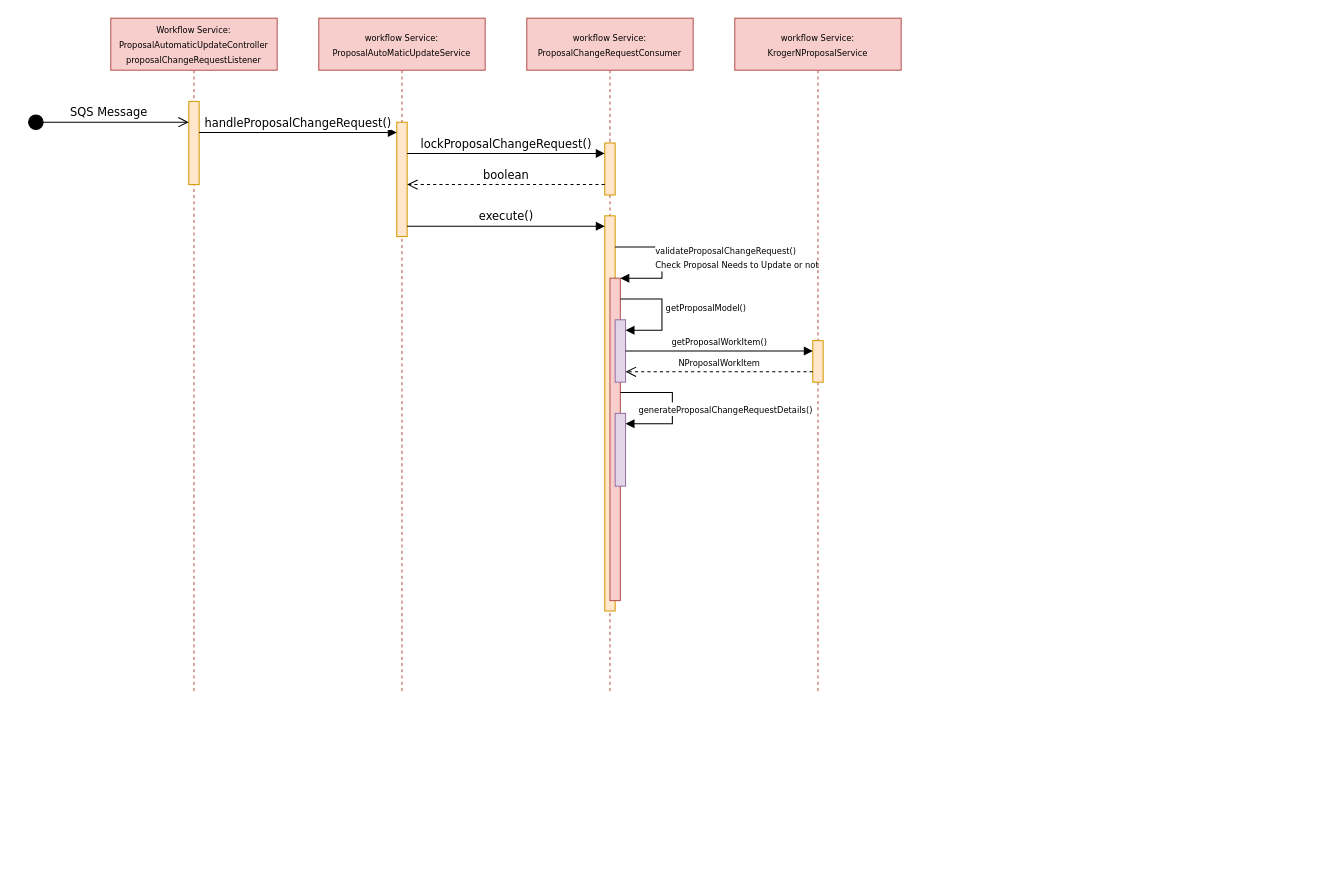
Above: Proposal Change Business Flow Diagram.drawio in dajin-kingland/UMLdiagrams (draw.io), before the change. Source tidied: cells renumbered, new cells numbered last; positions are measured from the earlier drawing's top-left corner, leaving out a move shared by most shapes. Both pictures are drawn from the tidied source at 104%, with x=0, y=0 at pixel (27, 18).
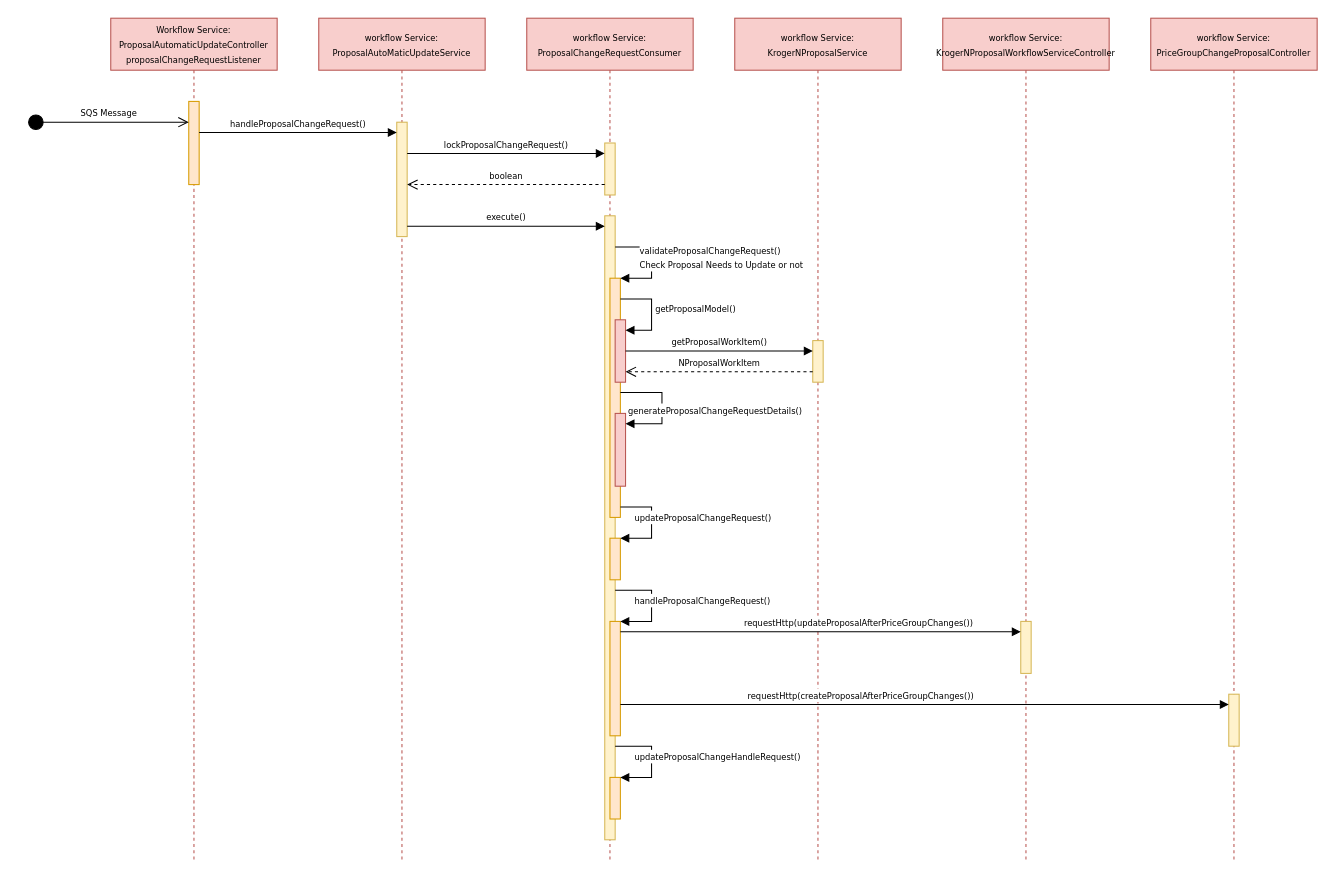
The same diagram, later.

The change refers to these unchanged cells:
```xml
<mxCell id="3" style="html=1;points=[];perimeter=orthogonalPerimeter;shadow=0;sketch=0;fontFamily=Verdana;strokeColor=#d79b00;strokeWidth=1;fillColor=#ffe6cc;" parent="2" vertex="1">
  <mxGeometry x="75" y="80" width="10" height="80" as="geometry" />
</mxCell>
```

The edit, as a diff of the source:
```diff
@@
     <mxCell id="2" value="&lt;font style=&quot;font-size: 8px&quot;&gt;Workflow Service: ProposalAutomaticUpdateController&lt;br&gt;proposalChangeRequestListener&lt;br&gt;&lt;/font&gt;" style="shape=umlLifeline;perimeter=lifelinePerimeter;whiteSpace=wrap;html=1;shadow=0;sketch=0;fontFamily=Verdana;strokeColor=#b85450;strokeWidth=1;fillColor=#f8cecc;size=50;" parent="1" vertex="1">
-      <mxGeometry x="80" width="160" height="650" as="geometry" />
+      <mxGeometry x="80" width="160" height="810" as="geometry" />
     </mxCell>
@@
     <mxCell id="4" value="&lt;font style=&quot;font-size: 8px&quot;&gt;workflow Service:&lt;br&gt;ProposalAutoMaticUpdateService&lt;/font&gt;" style="shape=umlLifeline;perimeter=lifelinePerimeter;whiteSpace=wrap;html=1;shadow=0;sketch=0;fontFamily=Verdana;strokeColor=#b85450;strokeWidth=1;fillColor=#f8cecc;size=50;" parent="1" vertex="1">
-      <mxGeometry x="280" width="160" height="650" as="geometry" />
+      <mxGeometry x="280" width="160" height="810" as="geometry" />
     </mxCell>
-    <mxCell id="5" style="html=1;points=[];perimeter=orthogonalPerimeter;shadow=0;sketch=0;fontFamily=Verdana;strokeColor=#d79b00;strokeWidth=1;fillColor=#ffe6cc;" parent="4" vertex="1">
+    <mxCell id="5" style="html=1;points=[];perimeter=orthogonalPerimeter;shadow=0;sketch=0;fontFamily=Verdana;strokeColor=#d6b656;strokeWidth=1;fillColor=#fff2cc;" parent="4" vertex="1">
       <mxGeometry x="75" y="100" width="10" height="110" as="geometry" />
     </mxCell>
     <mxCell id="6" value="&lt;font style=&quot;font-size: 8px&quot;&gt;workflow Service:&lt;br&gt;ProposalChangeRequestConsumer&lt;/font&gt;" style="shape=umlLifeline;perimeter=lifelinePerimeter;whiteSpace=wrap;html=1;shadow=0;sketch=0;fontFamily=Verdana;strokeColor=#b85450;strokeWidth=1;fillColor=#f8cecc;size=50;" parent="1" vertex="1">
-      <mxGeometry x="480" width="160" height="650" as="geometry" />
+      <mxGeometry x="480" width="160" height="810" as="geometry" />
     </mxCell>
-    <mxCell id="7" style="html=1;points=[];perimeter=orthogonalPerimeter;shadow=0;sketch=0;fontFamily=Verdana;strokeColor=#d79b00;strokeWidth=1;fillColor=#ffe6cc;" parent="6" vertex="1">
+    <mxCell id="7" style="html=1;points=[];perimeter=orthogonalPerimeter;shadow=0;sketch=0;fontFamily=Verdana;strokeColor=#d6b656;strokeWidth=1;fillColor=#fff2cc;" parent="6" vertex="1">
       <mxGeometry x="75" y="120" width="10" height="50" as="geometry" />
     </mxCell>
-    <mxCell id="8" style="html=1;points=[];perimeter=orthogonalPerimeter;shadow=0;sketch=0;fontFamily=Verdana;strokeColor=#d79b00;strokeWidth=1;fillColor=#ffe6cc;" parent="6" vertex="1">
-      <mxGeometry x="75" y="190" width="10" height="380" as="geometry" />
+    <mxCell id="8" style="html=1;points=[];perimeter=orthogonalPerimeter;shadow=0;sketch=0;fontFamily=Verdana;strokeColor=#d6b656;strokeWidth=1;fillColor=#fff2cc;" parent="6" vertex="1">
+      <mxGeometry x="75" y="190" width="10" height="600" as="geometry" />
     </mxCell>
-    <mxCell id="9" style="html=1;points=[];perimeter=orthogonalPerimeter;shadow=0;sketch=0;fontFamily=Verdana;strokeColor=#b85450;strokeWidth=1;fillColor=#f8cecc;" parent="6" vertex="1">
-      <mxGeometry x="80" y="250" width="10" height="310" as="geometry" />
+    <mxCell id="9" style="html=1;points=[];perimeter=orthogonalPerimeter;shadow=0;sketch=0;fontFamily=Verdana;strokeColor=#d79b00;strokeWidth=1;fillColor=#ffe6cc;" parent="6" vertex="1">
+      <mxGeometry x="80" y="250" width="10" height="230" as="geometry" />
     </mxCell>
-    <mxCell id="10" value="&lt;font style=&quot;font-size: 8px&quot;&gt;validateProposalChangeRequest()&lt;br&gt;Check Proposal Needs to Update or not&lt;/font&gt;" style="edgeStyle=orthogonalEdgeStyle;html=1;align=left;spacingLeft=2;endArrow=block;rounded=0;entryX=1;entryY=0;fontFamily=Verdana;" parent="6" edge="1" source="8" target="9">
-      <mxGeometry x="-0.04" y="-10" relative="1" as="geometry">
+    <mxCell id="10" value="&lt;font style=&quot;font-size: 8px&quot;&gt;validateProposalChangeRequest()&lt;br&gt;Check Proposal Needs to Update or not&lt;/font&gt;" style="edgeStyle=orthogonalEdgeStyle;html=1;align=left;spacingLeft=2;endArrow=block;rounded=0;entryX=1;entryY=0;fontFamily=Verdana;" parent="6" edge="1">
+      <mxGeometry x="-0.57" y="-10" relative="1" as="geometry">
+        <mxPoint x="85" y="220" as="sourcePoint" />
+        <mxPoint x="90" y="250" as="targetPoint" />
         <Array as="points">
-          <mxPoint x="130" y="220" />
-          <mxPoint x="130" y="250" />
+          <mxPoint x="120" y="220" />
+          <mxPoint x="120" y="250" />
         </Array>
       </mxGeometry>
     </mxCell>
-    <mxCell id="11" style="html=1;points=[];perimeter=orthogonalPerimeter;shadow=0;sketch=0;fontFamily=Verdana;strokeColor=#9673a6;strokeWidth=1;fillColor=#e1d5e7;" parent="6" vertex="1">
+    <mxCell id="11" style="html=1;points=[];perimeter=orthogonalPerimeter;shadow=0;sketch=0;fontFamily=Verdana;strokeColor=#b85450;strokeWidth=1;fillColor=#f8cecc;" parent="6" vertex="1">
       <mxGeometry x="85" y="290" width="10" height="60" as="geometry" />
     </mxCell>
     <mxCell id="12" value="&lt;span style=&quot;font-size: 8px&quot;&gt;getProposalModel()&lt;/span&gt;" style="edgeStyle=orthogonalEdgeStyle;html=1;align=left;spacingLeft=2;endArrow=block;rounded=0;fontFamily=Verdana;" parent="6" edge="1" source="9" target="11">
       <mxGeometry x="-0.09" relative="1" as="geometry">
         <Array as="points">
-          <mxPoint x="130" y="270" />
-          <mxPoint x="130" y="300" />
+          <mxPoint x="120" y="270" />
+          <mxPoint x="120" y="300" />
         </Array>
       </mxGeometry>
     </mxCell>
-    <mxCell id="13" style="html=1;points=[];perimeter=orthogonalPerimeter;shadow=0;sketch=0;fontFamily=Verdana;strokeColor=#9673a6;strokeWidth=1;fillColor=#e1d5e7;" parent="6" vertex="1">
+    <mxCell id="13" style="html=1;points=[];perimeter=orthogonalPerimeter;shadow=0;sketch=0;fontFamily=Verdana;strokeColor=#b85450;strokeWidth=1;fillColor=#f8cecc;" parent="6" vertex="1">
       <mxGeometry x="85" y="380" width="10" height="70" as="geometry" />
     </mxCell>
     <mxCell id="14" style="edgeStyle=orthogonalEdgeStyle;html=1;align=left;spacingLeft=2;endArrow=block;rounded=0;fontFamily=Verdana;" parent="6" edge="1" source="9" target="13">
       <mxGeometry x="-0.09" relative="1" as="geometry">
         <Array as="points">
-          <mxPoint x="140" y="360" />
-          <mxPoint x="140" y="390" />
+          <mxPoint x="130" y="360" />
+          <mxPoint x="130" y="390" />
         </Array>
       </mxGeometry>
     </mxCell>
@@
+    <mxCell id="25" style="html=1;points=[];perimeter=orthogonalPerimeter;shadow=0;sketch=0;fontFamily=Verdana;strokeColor=#d79b00;strokeWidth=1;fillColor=#ffe6cc;" parent="6" vertex="1">
+      <mxGeometry x="80" y="500" width="10" height="40" as="geometry" />
+    </mxCell>
+    <mxCell id="26" value="&lt;font style=&quot;font-size: 8px&quot;&gt;updateProposalChangeRequest()&lt;/font&gt;" style="edgeStyle=orthogonalEdgeStyle;html=1;align=left;spacingLeft=2;endArrow=block;rounded=0;entryX=1;entryY=0;fontFamily=Verdana;" parent="6" edge="1" source="9" target="25">
+      <mxGeometry x="-0.78" y="-10" relative="1" as="geometry">
+        <Array as="points">
+          <mxPoint x="120" y="470" />
+          <mxPoint x="120" y="500" />
+        </Array>
+      </mxGeometry>
+    </mxCell>
+    <mxCell id="27" style="html=1;points=[];perimeter=orthogonalPerimeter;shadow=0;sketch=0;fontFamily=Verdana;strokeColor=#d79b00;strokeWidth=1;fillColor=#ffe6cc;" parent="6" vertex="1">
+      <mxGeometry x="80" y="580" width="10" height="110" as="geometry" />
+    </mxCell>
+    <mxCell id="28" value="&lt;font style=&quot;font-size: 8px&quot;&gt;handleProposalChangeRequest()&lt;/font&gt;" style="edgeStyle=orthogonalEdgeStyle;html=1;align=left;spacingLeft=2;endArrow=block;rounded=0;entryX=1;entryY=0;fontFamily=Verdana;" parent="6" edge="1" source="8" target="27">
+      <mxGeometry x="-0.68" y="-10" relative="1" as="geometry">
+        <Array as="points">
+          <mxPoint x="120" y="550" />
+          <mxPoint x="120" y="580" />
+        </Array>
+      </mxGeometry>
+    </mxCell>
+    <mxCell id="29" style="html=1;points=[];perimeter=orthogonalPerimeter;shadow=0;sketch=0;fontFamily=Verdana;strokeColor=#d79b00;strokeWidth=1;fillColor=#ffe6cc;" parent="6" vertex="1">
+      <mxGeometry x="80" y="730" width="10" height="40" as="geometry" />
+    </mxCell>
+    <mxCell id="30" value="&lt;font style=&quot;font-size: 8px&quot;&gt;updateProposalChangeHandleRequest()&lt;/font&gt;" style="edgeStyle=orthogonalEdgeStyle;html=1;align=left;spacingLeft=2;endArrow=block;rounded=0;entryX=1;entryY=0;fontFamily=Verdana;" parent="6" edge="1" target="29">
+      <mxGeometry x="-0.68" y="-10" relative="1" as="geometry">
+        <mxPoint x="85" y="700" as="sourcePoint" />
+        <Array as="points">
+          <mxPoint x="120" y="700" />
+          <mxPoint x="120" y="730" />
+        </Array>
+      </mxGeometry>
+    </mxCell>
-    <mxCell id="16" value="SQS Message" style="html=1;verticalAlign=bottom;startArrow=circle;startFill=1;endArrow=open;startSize=6;endSize=8;fontFamily=Verdana;" parent="1" edge="1" target="3">
+    <mxCell id="16" value="&lt;font style=&quot;font-size: 8px&quot;&gt;SQS Message&lt;/font&gt;" style="html=1;verticalAlign=bottom;startArrow=circle;startFill=1;endArrow=open;startSize=6;endSize=8;fontFamily=Verdana;" parent="1" edge="1" target="3">
       <mxGeometry relative="1" as="geometry">
         <mxPoint y="100" as="sourcePoint" />
       </mxGeometry>
     </mxCell>
-    <mxCell id="17" value="handleProposalChangeRequest()" style="html=1;verticalAlign=bottom;endArrow=block;fontFamily=Verdana;" parent="1" edge="1" source="3" target="5">
+    <mxCell id="17" value="&lt;font style=&quot;font-size: 8px&quot;&gt;handleProposalChangeRequest()&lt;/font&gt;" style="html=1;verticalAlign=bottom;endArrow=block;fontFamily=Verdana;" parent="1" edge="1" source="3" target="5">
       <mxGeometry relative="1" as="geometry">
         <Array as="points">
           <mxPoint x="320" y="110" />
         </Array>
       </mxGeometry>
     </mxCell>
-    <mxCell id="18" value="lockProposalChangeRequest()" style="html=1;verticalAlign=bottom;endArrow=block;fontFamily=Verdana;" parent="1" edge="1" source="5" target="7">
+    <mxCell id="18" value="&lt;font style=&quot;font-size: 8px&quot;&gt;lockProposalChangeRequest()&lt;/font&gt;" style="html=1;verticalAlign=bottom;endArrow=block;fontFamily=Verdana;" parent="1" edge="1" source="5" target="7">
       <mxGeometry relative="1" as="geometry">
         <Array as="points">
           <mxPoint x="550" y="130" />
         </Array>
       </mxGeometry>
     </mxCell>
-    <mxCell id="19" value="boolean" style="html=1;verticalAlign=bottom;endArrow=open;dashed=1;endSize=8;fontFamily=Verdana;" parent="1" edge="1" source="7" target="5">
+    <mxCell id="19" value="&lt;font style=&quot;font-size: 8px&quot;&gt;boolean&lt;/font&gt;" style="html=1;verticalAlign=bottom;endArrow=open;dashed=1;endSize=8;fontFamily=Verdana;" parent="1" edge="1" source="7" target="5">
       <mxGeometry relative="1" as="geometry">
         <Array as="points">
           <mxPoint x="520" y="160" />
           <mxPoint x="490" y="160" />
         </Array>
       </mxGeometry>
     </mxCell>
-    <mxCell id="20" value="execute()" style="html=1;verticalAlign=bottom;endArrow=block;fontFamily=Verdana;" parent="1" edge="1" source="5" target="8">
+    <mxCell id="20" value="&lt;font style=&quot;font-size: 8px&quot;&gt;execute()&lt;/font&gt;" style="html=1;verticalAlign=bottom;endArrow=block;fontFamily=Verdana;" parent="1" edge="1" source="5" target="8">
       <mxGeometry relative="1" as="geometry">
         <Array as="points">
           <mxPoint x="530" y="200" />
         </Array>
       </mxGeometry>
     </mxCell>
     <mxCell id="21" value="&lt;font style=&quot;font-size: 8px&quot;&gt;workflow Service:&lt;br&gt;KrogerNProposalService&lt;br&gt;&lt;/font&gt;" style="shape=umlLifeline;perimeter=lifelinePerimeter;whiteSpace=wrap;html=1;shadow=0;sketch=0;fontFamily=Verdana;strokeColor=#b85450;strokeWidth=1;fillColor=#f8cecc;size=50;" parent="1" vertex="1">
-      <mxGeometry x="680" width="160" height="650" as="geometry" />
+      <mxGeometry x="680" width="160" height="810" as="geometry" />
     </mxCell>
-    <mxCell id="22" style="html=1;points=[];perimeter=orthogonalPerimeter;shadow=0;sketch=0;fontFamily=Verdana;strokeColor=#d79b00;strokeWidth=1;fillColor=#ffe6cc;" parent="21" vertex="1">
+    <mxCell id="22" style="html=1;points=[];perimeter=orthogonalPerimeter;shadow=0;sketch=0;fontFamily=Verdana;strokeColor=#d6b656;strokeWidth=1;fillColor=#fff2cc;" parent="21" vertex="1">
       <mxGeometry x="75" y="310" width="10" height="40" as="geometry" />
     </mxCell>
@@
+    <mxCell id="31" value="&lt;font style=&quot;font-size: 8px&quot;&gt;workflow Service:&lt;br&gt;KrogerNProposalWorkflowServiceController&lt;br&gt;&lt;/font&gt;" style="shape=umlLifeline;perimeter=lifelinePerimeter;whiteSpace=wrap;html=1;shadow=0;sketch=0;fontFamily=Verdana;strokeColor=#b85450;strokeWidth=1;fillColor=#f8cecc;size=50;" parent="1" vertex="1">
+      <mxGeometry x="880" width="160" height="810" as="geometry" />
+    </mxCell>
+    <mxCell id="32" style="html=1;points=[];perimeter=orthogonalPerimeter;shadow=0;sketch=0;fontFamily=Verdana;strokeColor=#d6b656;strokeWidth=1;fillColor=#fff2cc;" parent="31" vertex="1">
+      <mxGeometry x="75" y="580" width="10" height="50" as="geometry" />
+    </mxCell>
+    <mxCell id="33" value="&lt;font style=&quot;font-size: 8px&quot;&gt;workflow Service:&lt;br&gt;PriceGroupChangeProposalController&lt;br&gt;&lt;/font&gt;" style="shape=umlLifeline;perimeter=lifelinePerimeter;whiteSpace=wrap;html=1;shadow=0;sketch=0;fontFamily=Verdana;strokeColor=#b85450;strokeWidth=1;fillColor=#f8cecc;size=50;" parent="1" vertex="1">
+      <mxGeometry x="1080" width="160" height="810" as="geometry" />
+    </mxCell>
+    <mxCell id="34" style="html=1;points=[];perimeter=orthogonalPerimeter;shadow=0;sketch=0;fontFamily=Verdana;strokeColor=#d6b656;strokeWidth=1;fillColor=#fff2cc;" parent="33" vertex="1">
+      <mxGeometry x="75" y="650" width="10" height="50" as="geometry" />
+    </mxCell>
+    <mxCell id="35" value="&lt;font style=&quot;font-size: 8px&quot;&gt;requestHttp(updateProposalAfterPriceGroupChanges())&lt;/font&gt;" style="html=1;verticalAlign=bottom;endArrow=block;fontFamily=Verdana;" parent="1" edge="1" source="27" target="32">
+      <mxGeometry x="0.19" relative="1" as="geometry">
+        <Array as="points">
+          <mxPoint x="860" y="590" />
+        </Array>
+      </mxGeometry>
+    </mxCell>
+    <mxCell id="36" value="&lt;font style=&quot;font-size: 8px&quot;&gt;requestHttp(createProposalAfterPriceGroupChanges())&lt;/font&gt;" style="html=1;verticalAlign=bottom;endArrow=block;fontFamily=Verdana;" parent="1" edge="1" source="27" target="34">
+      <mxGeometry x="-0.21" relative="1" as="geometry">
+        <Array as="points">
+          <mxPoint x="880" y="660" />
+        </Array>
+      </mxGeometry>
+    </mxCell>
```
